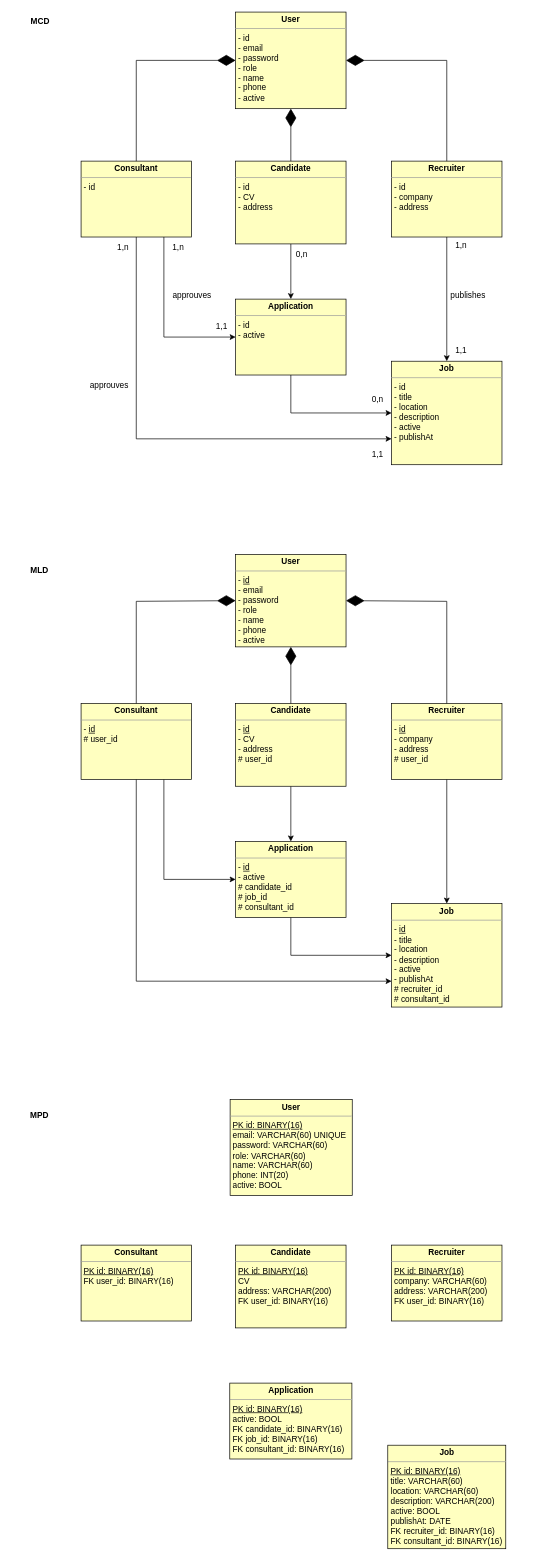
The draw.io diagram page "Merise" (4 of 4) of agence.drawio in CaroVez/agenceRecrutement, before the edit. Source tidied: cells renumbered, new cells numbered last; positions are measured from the earlier drawing's top-left corner, leaving out a move shared by most shapes. Both pictures are drawn from the tidied source at 69%, with x=0, y=0 at pixel (12, 12).
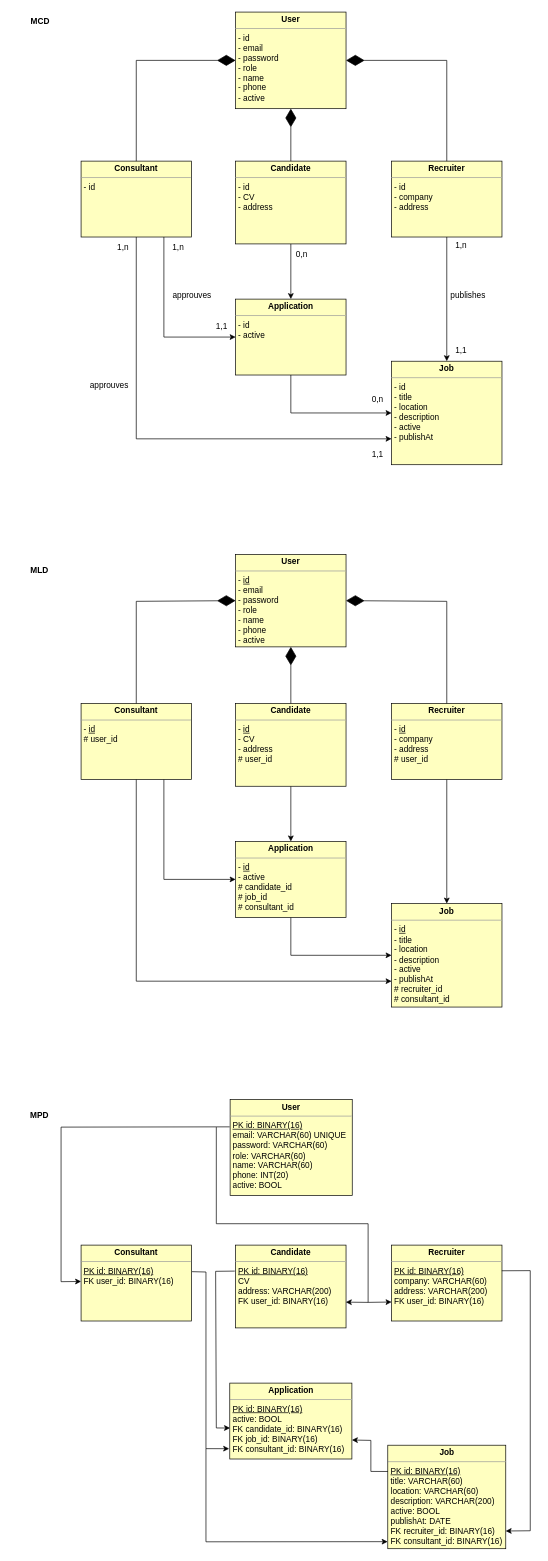
The same page after the edit.

The change refers to these unchanged cells:
```xml
<mxCell id="44" value="&lt;p style=&quot;margin:0px;margin-top:4px;text-align:center;&quot;&gt;&lt;b&gt;User&lt;/b&gt;&lt;/p&gt;&lt;hr size=&quot;1&quot;&gt;&lt;p style=&quot;margin:0px;margin-left:4px;&quot;&gt;&lt;u&gt;PK&amp;nbsp;id: BINARY(16)&lt;/u&gt;&lt;/p&gt;&lt;p style=&quot;margin:0px;margin-left:4px;&quot;&gt;email: VARCHAR(60) UNIQUE&lt;/p&gt;&lt;p style=&quot;margin:0px;margin-left:4px;&quot;&gt;password: VARCHAR(60)&lt;/p&gt;&lt;p style=&quot;margin:0px;margin-left:4px;&quot;&gt;role: VARCHAR(60)&lt;/p&gt;&lt;p style=&quot;margin:0px;margin-left:4px;&quot;&gt;name: VARCHAR(60)&lt;/p&gt;&lt;p style=&quot;margin:0px;margin-left:4px;&quot;&gt;phone: INT(20)&lt;/p&gt;&lt;p style=&quot;margin:0px;margin-left:4px;&quot;&gt;active: BOOL&lt;/p&gt;" style="verticalAlign=top;align=left;overflow=fill;fontSize=12;fontFamily=Helvetica;html=1;fillColor=#FFFFC0;" parent="1" vertex="1">
  <mxGeometry x="316" y="1576" width="177" height="139" as="geometry" />
</mxCell>
<mxCell id="45" value="&lt;p style=&quot;margin:0px;margin-top:4px;text-align:center;&quot;&gt;&lt;b&gt;Consultant&lt;/b&gt;&lt;/p&gt;&lt;hr size=&quot;1&quot;&gt;&lt;p style=&quot;margin: 0px 0px 0px 4px;&quot;&gt;&lt;u&gt;PK id: BINARY(16)&lt;/u&gt;&lt;/p&gt;&lt;p style=&quot;margin: 0px 0px 0px 4px;&quot;&gt;FK user_id: BINARY(16)&lt;/p&gt;" style="verticalAlign=top;align=left;overflow=fill;fontSize=12;fontFamily=Helvetica;html=1;fillColor=#FFFFC0;" parent="1" vertex="1">
  <mxGeometry x="100" y="1787" width="160" height="110" as="geometry" />
</mxCell>
<mxCell id="46" value="&lt;p style=&quot;margin:0px;margin-top:4px;text-align:center;&quot;&gt;&lt;b&gt;Candidate&lt;/b&gt;&lt;/p&gt;&lt;hr size=&quot;1&quot;&gt;&lt;p style=&quot;margin: 0px 0px 0px 4px;&quot;&gt;&lt;u&gt;PK id: BINARY(16)&lt;/u&gt;&lt;/p&gt;&lt;p style=&quot;margin:0px;margin-left:4px;&quot;&gt;CV&lt;/p&gt;&lt;p style=&quot;margin:0px;margin-left:4px;&quot;&gt;address: VARCHAR(200)&lt;/p&gt;&lt;p style=&quot;margin:0px;margin-left:4px;&quot;&gt;FK user_id: BINARY(16)&lt;/p&gt;" style="verticalAlign=top;align=left;overflow=fill;fontSize=12;fontFamily=Helvetica;html=1;fillColor=#FFFFC0;" parent="1" vertex="1">
  <mxGeometry x="324" y="1787" width="160" height="120" as="geometry" />
</mxCell>
<mxCell id="47" value="&lt;p style=&quot;margin:0px;margin-top:4px;text-align:center;&quot;&gt;&lt;b&gt;Job&lt;/b&gt;&lt;/p&gt;&lt;hr size=&quot;1&quot;&gt;&lt;p style=&quot;margin:0px;margin-left:4px;&quot;&gt;&lt;u&gt;PK id: BINARY(16)&lt;/u&gt;&lt;br&gt;&lt;/p&gt;&lt;p style=&quot;margin:0px;margin-left:4px;&quot;&gt;title: VARCHAR(60)&lt;/p&gt;&lt;p style=&quot;margin:0px;margin-left:4px;&quot;&gt;location: VARCHAR(60)&lt;/p&gt;&lt;p style=&quot;margin:0px;margin-left:4px;&quot;&gt;description: VARCHAR(200)&lt;/p&gt;&lt;p style=&quot;margin:0px;margin-left:4px;&quot;&gt;active: BOOL&lt;/p&gt;&lt;p style=&quot;margin:0px;margin-left:4px;&quot;&gt;publishAt: DATE&lt;/p&gt;&lt;p style=&quot;margin:0px;margin-left:4px;&quot;&gt;FK recruiter_id: BINARY(16)&lt;/p&gt;&lt;p style=&quot;margin:0px;margin-left:4px;&quot;&gt;FK consultant_id: BINARY(16)&lt;/p&gt;" style="verticalAlign=top;align=left;overflow=fill;fontSize=12;fontFamily=Helvetica;html=1;fillColor=#FFFFC0;" parent="1" vertex="1">
  <mxGeometry x="544.5" y="2077" width="171" height="150" as="geometry" />
</mxCell>
<mxCell id="48" value="&lt;p style=&quot;margin:0px;margin-top:4px;text-align:center;&quot;&gt;&lt;b&gt;Recruiter&lt;/b&gt;&lt;/p&gt;&lt;hr size=&quot;1&quot;&gt;&lt;p style=&quot;margin: 0px 0px 0px 4px;&quot;&gt;&lt;u&gt;PK id: BINARY(16)&lt;/u&gt;&lt;/p&gt;&lt;p style=&quot;margin:0px;margin-left:4px;&quot;&gt;company: VARCHAR(60)&lt;/p&gt;&lt;p style=&quot;margin:0px;margin-left:4px;&quot;&gt;address: VARCHAR(200)&lt;/p&gt;&lt;p style=&quot;margin:0px;margin-left:4px;&quot;&gt;FK user_id: BINARY(16)&lt;/p&gt;" style="verticalAlign=top;align=left;overflow=fill;fontSize=12;fontFamily=Helvetica;html=1;fillColor=#FFFFC0;" parent="1" vertex="1">
  <mxGeometry x="550" y="1787" width="160" height="110" as="geometry" />
</mxCell>
<mxCell id="49" value="&lt;p style=&quot;margin:0px;margin-top:4px;text-align:center;&quot;&gt;&lt;b&gt;Application&lt;/b&gt;&lt;/p&gt;&lt;hr size=&quot;1&quot;&gt;&lt;p style=&quot;margin: 0px 0px 0px 4px;&quot;&gt;&lt;u&gt;PK id: BINARY(16)&lt;/u&gt;&lt;/p&gt;&lt;p style=&quot;margin: 0px 0px 0px 4px;&quot;&gt;active: BOOL&lt;/p&gt;&lt;p style=&quot;margin: 0px 0px 0px 4px;&quot;&gt;FK candidate_id: BINARY(16)&lt;/p&gt;&lt;p style=&quot;margin: 0px 0px 0px 4px;&quot;&gt;FK job_id: BINARY(16)&lt;/p&gt;&lt;p style=&quot;margin: 0px 0px 0px 4px;&quot;&gt;FK consultant_id: BINARY(16)&lt;/p&gt;" style="verticalAlign=top;align=left;overflow=fill;fontSize=12;fontFamily=Helvetica;html=1;fillColor=#FFFFC0;" parent="1" vertex="1">
  <mxGeometry x="315.5" y="1987" width="177" height="110" as="geometry" />
</mxCell>
```

The edit, as a diff of the source:
```diff
@@
+    <mxCell id="50" style="endArrow=classic;html=1;rounded=0;exitX=-0.004;exitY=0.285;exitDx=0;exitDy=0;exitPerimeter=0;entryX=0;entryY=0.479;entryDx=0;entryDy=0;entryPerimeter=0;" parent="1" edge="1" source="44" target="45">
+      <mxGeometry relative="1" as="geometry">
+        <Array as="points">
+          <mxPoint x="71" y="1616" />
+          <mxPoint x="71" y="1840" />
+        </Array>
+      </mxGeometry>
+    </mxCell>
+    <mxCell id="51" style="endArrow=classic;html=1;rounded=0;entryX=0.998;entryY=0.689;entryDx=0;entryDy=0;entryPerimeter=0;" parent="1" edge="1" target="46">
+      <mxGeometry relative="1" as="geometry">
+        <mxPoint x="296" y="1616" as="sourcePoint" />
+        <Array as="points">
+          <mxPoint x="296" y="1756" />
+          <mxPoint x="516" y="1756" />
+          <mxPoint x="516" y="1870" />
+        </Array>
+      </mxGeometry>
+    </mxCell>
+    <mxCell id="52" style="endArrow=classic;html=1;rounded=0;exitX=1.005;exitY=0.35;exitDx=0;exitDy=0;exitPerimeter=0;entryX=-0.005;entryY=0.864;entryDx=0;entryDy=0;entryPerimeter=0;" parent="1" edge="1" source="45" target="49">
+      <mxGeometry relative="1" as="geometry">
+        <Array as="points">
+          <mxPoint x="281" y="1826" />
+          <mxPoint x="281" y="2082" />
+        </Array>
+      </mxGeometry>
+    </mxCell>
+    <mxCell id="53" style="endArrow=classic;html=1;rounded=0;exitX=0.998;exitY=0.338;exitDx=0;exitDy=0;exitPerimeter=0;entryX=0.999;entryY=0.829;entryDx=0;entryDy=0;entryPerimeter=0;" parent="1" edge="1" source="48" target="47">
+      <mxGeometry relative="1" as="geometry">
+        <Array as="points">
+          <mxPoint x="751" y="1824" />
+          <mxPoint x="751" y="2201" />
+        </Array>
+      </mxGeometry>
+    </mxCell>
+    <mxCell id="54" style="endArrow=classic;html=1;rounded=0;entryX=0;entryY=0.75;entryDx=0;entryDy=0;" parent="1" edge="1" target="48">
+      <mxGeometry relative="1" as="geometry">
+        <mxPoint x="516" y="1870" as="sourcePoint" />
+      </mxGeometry>
+    </mxCell>
+    <mxCell id="55" style="endArrow=classic;html=1;rounded=0;exitX=-0.008;exitY=0.314;exitDx=0;exitDy=0;exitPerimeter=0;entryX=0.002;entryY=0.592;entryDx=0;entryDy=0;entryPerimeter=0;" parent="1" edge="1" source="46" target="49">
+      <mxGeometry relative="1" as="geometry">
+        <Array as="points">
+          <mxPoint x="295" y="1825" />
+          <mxPoint x="296" y="2052" />
+        </Array>
+      </mxGeometry>
+    </mxCell>
+    <mxCell id="56" style="endArrow=classic;html=1;rounded=0;exitX=0.001;exitY=0.254;exitDx=0;exitDy=0;entryX=1;entryY=0.75;entryDx=0;entryDy=0;exitPerimeter=0;" parent="1" edge="1" source="47" target="49">
+      <mxGeometry relative="1" as="geometry">
+        <Array as="points">
+          <mxPoint x="520" y="2115" />
+          <mxPoint x="520" y="2070" />
+        </Array>
+      </mxGeometry>
+    </mxCell>
+    <mxCell id="57" style="endArrow=classic;html=1;rounded=0;entryX=-0.001;entryY=0.932;entryDx=0;entryDy=0;entryPerimeter=0;" parent="1" edge="1" target="47">
+      <mxGeometry relative="1" as="geometry">
+        <mxPoint x="281" y="2082" as="sourcePoint" />
+        <Array as="points">
+          <mxPoint x="281" y="2217" />
+        </Array>
+      </mxGeometry>
+    </mxCell>
```
